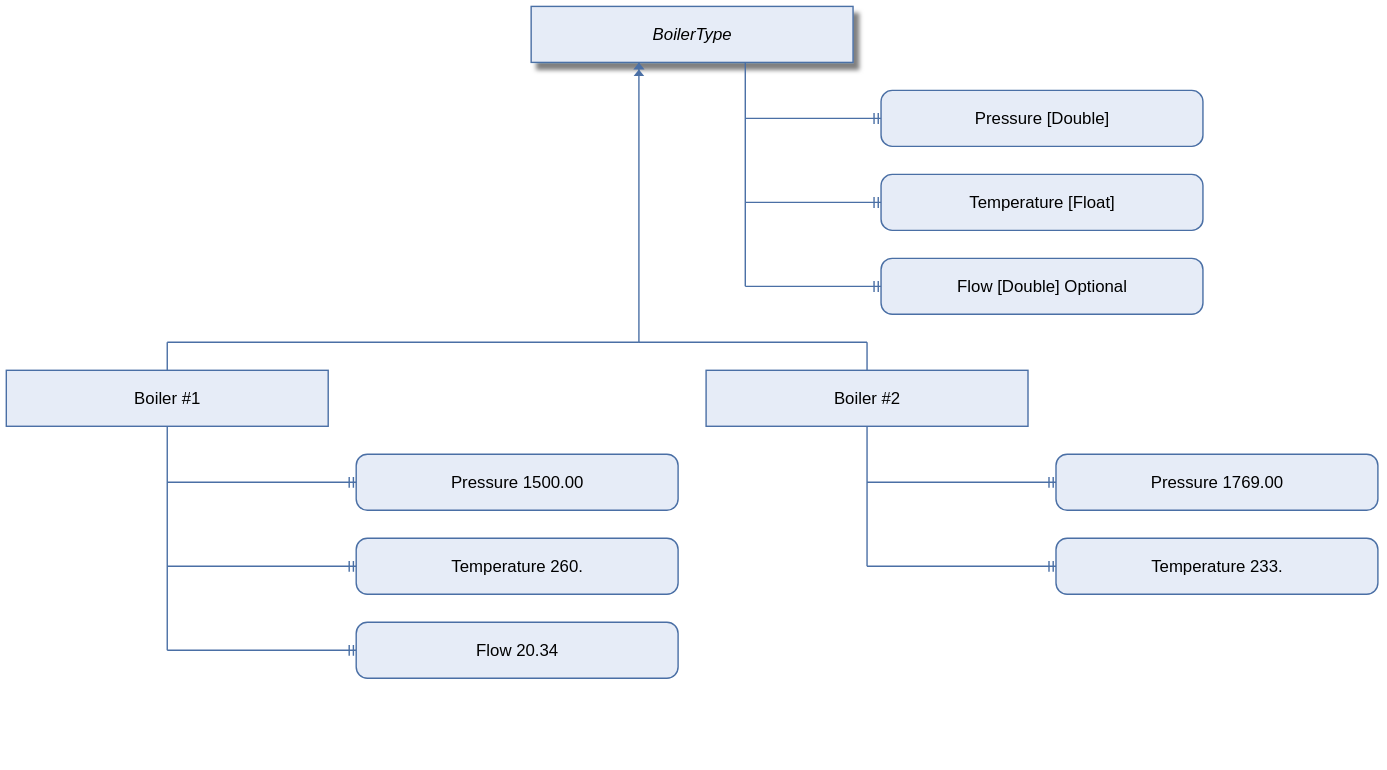
This is example.svg from gergap/opcdiaggen, a PlantUML export, as it was before one commit. Its source is kept beside it as example.puml.
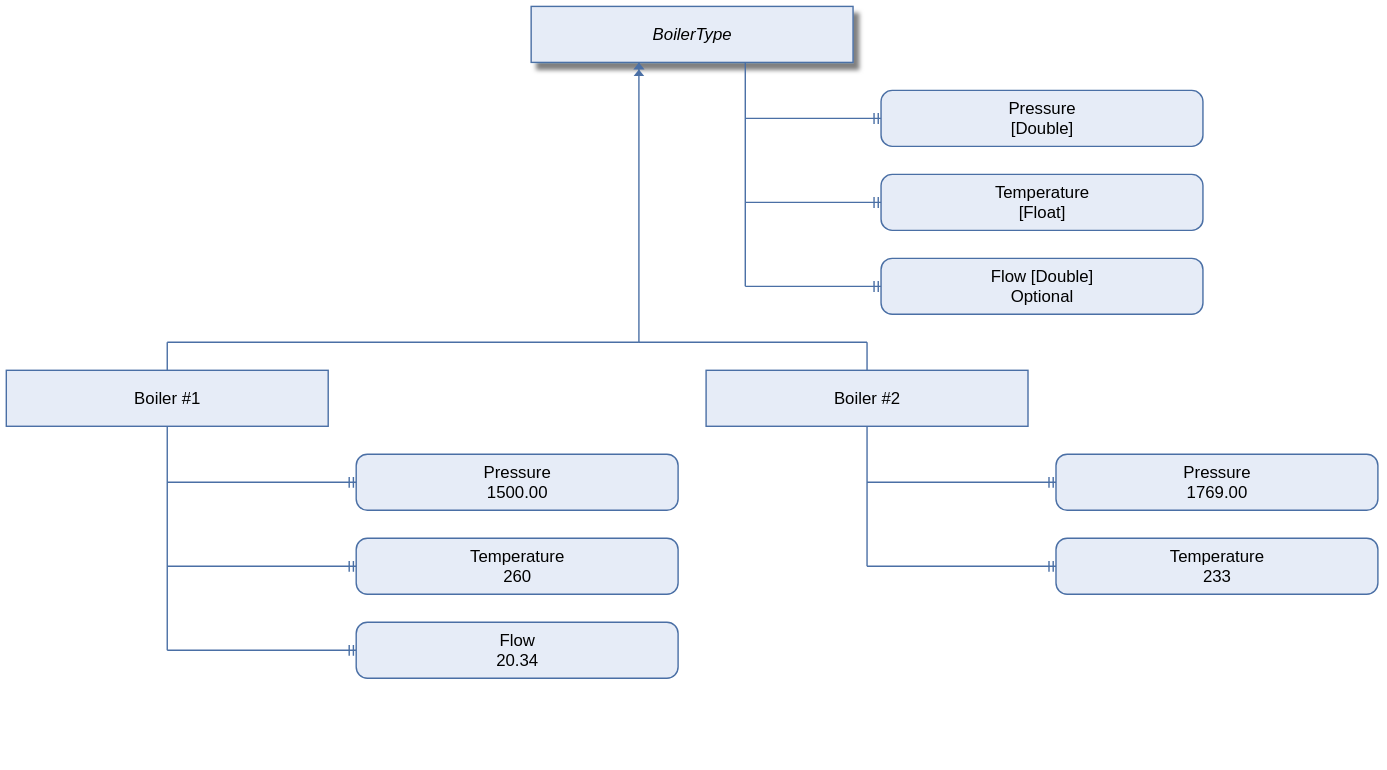
After the commit.

Change to the diagram source:
```diff
@@ -1,17 +1,17 @@
 @starttypesystem
 
 * objtype "BoilerType"
-*** var "Pressure [Double]"
-*** var "Temperature [Float]"
-*** var "Flow [Double] Optional"
+*** var "Pressure\n[Double]"
+*** var "Temperature\n[Float]"
+*** var "Flow [Double]\nOptional"
 
 ** obj "Boiler #1"
-*** hasProperty var "Pressure 1500.00"
-*** hasProperty var "Temperature 260."
-*** hasProperty var "Flow 20.34"
+*** hasProperty var "Pressure\n1500.00"
+*** hasProperty var "Temperature\n260"
+*** hasProperty var "Flow\n20.34"
 
 ** obj "Boiler #2"
-*** hasProperty var "Pressure 1769.00"
-*** hasProperty var "Temperature 233."
+*** hasProperty var "Pressure\n1769.00"
+*** hasProperty var "Temperature\n233"
 
 @endtypesystem
```
